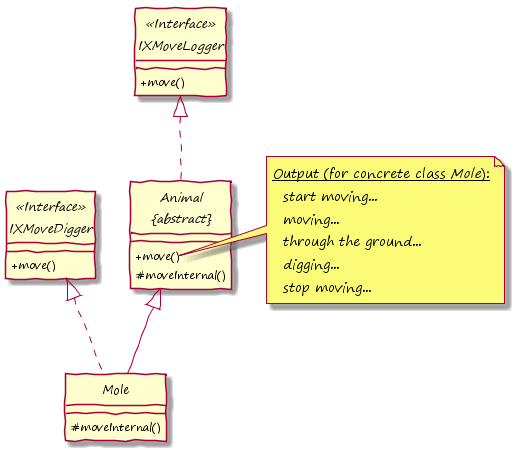
The PlantUML diagram images/PlantUML_ExtendedBy_Method_Redirection_Out_Logical.png in KirstenZa/xtend-etai, before a commit.
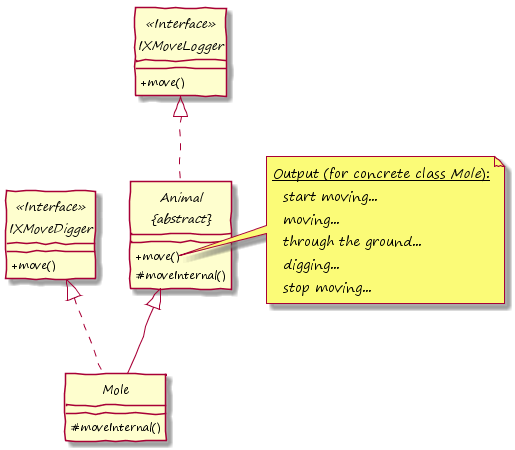
The same file after the commit.

The edit, as a diff of the source:
```diff
@@ -23,7 +23,7 @@
     #moveInternal()
 }
 
-note right of Animal::move
+note right of Animal::move()
   <u>Output (for concrete class <i>Mole</i>):</u>
     start moving...
     moving...
```
